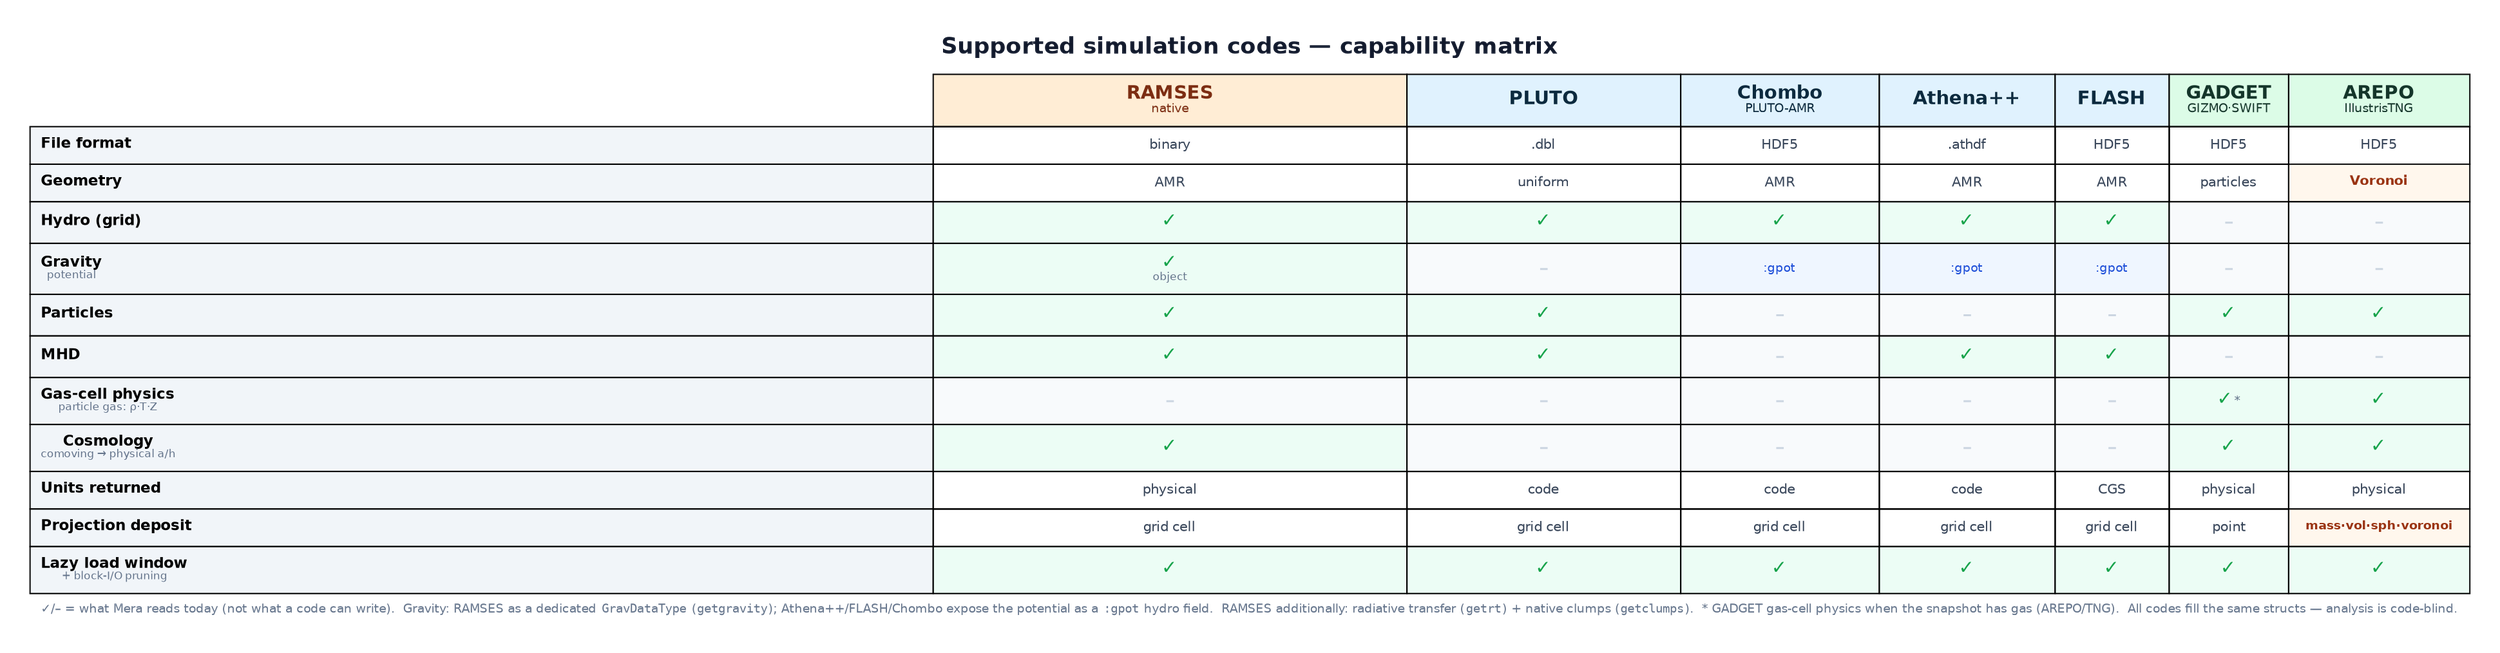
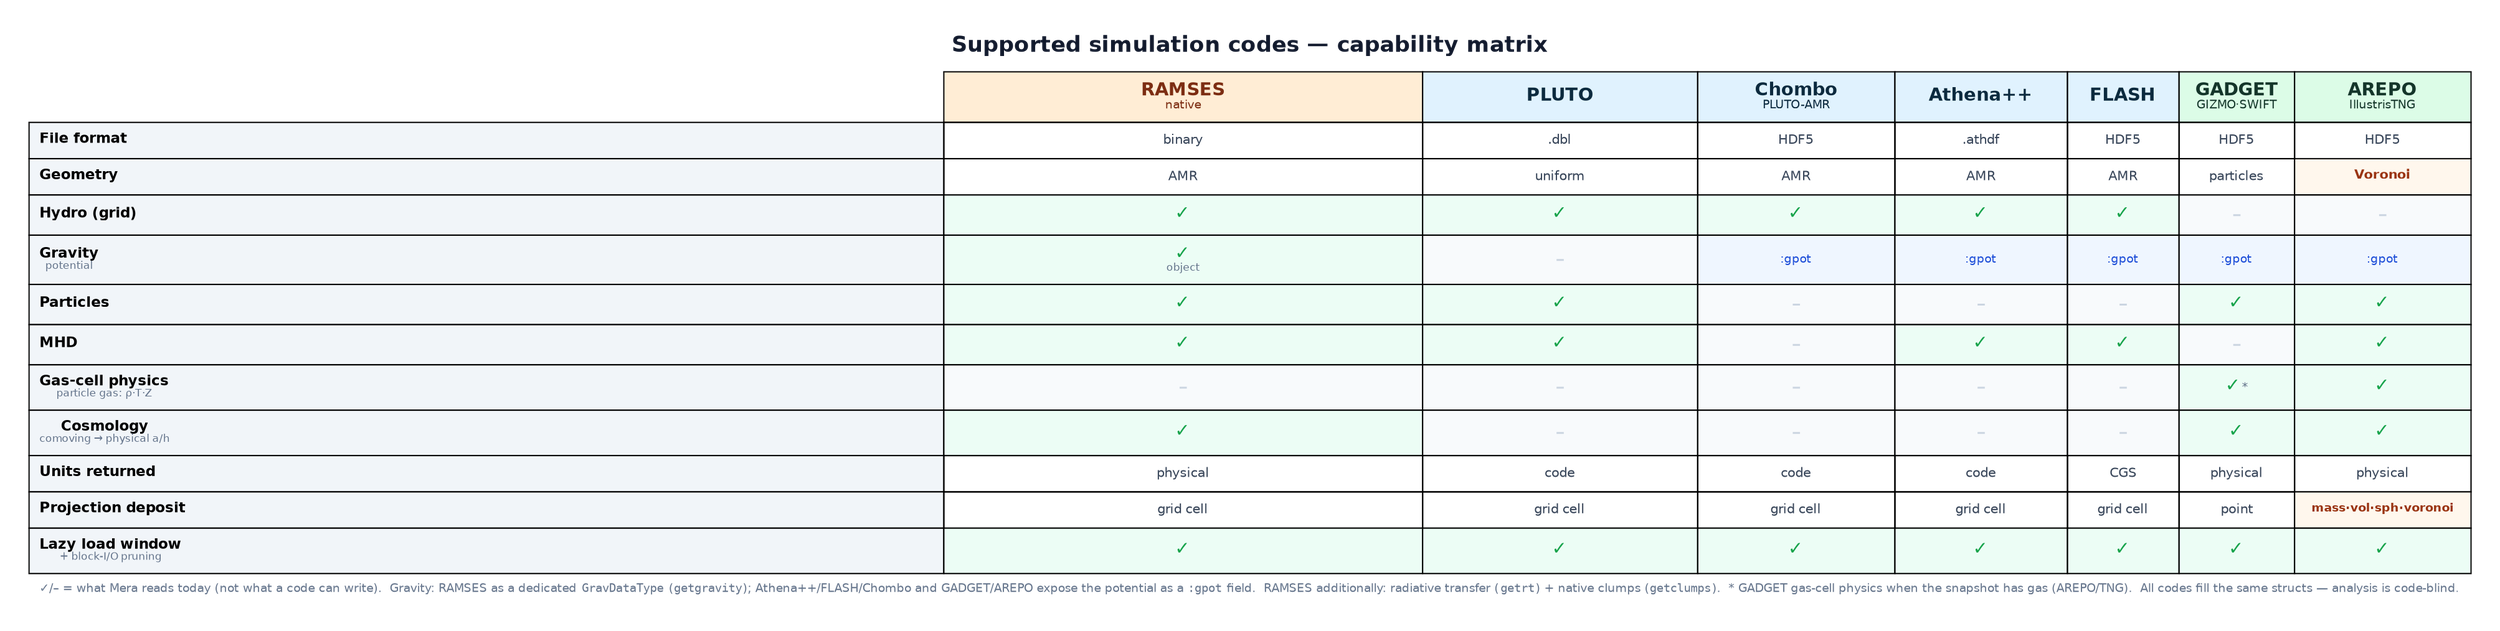
// Mera.jl multi-code capability matrix — source for docs/src/assets/MulticodeCapabilities.png
// Render: dot -Tpng -Gdpi=170 docs/multicode_capabilities.dot -o docs/src/assets/MulticodeCapabilities.png
//
// Companion to TypeHierarchy.png: that one maps codes -> structs; this one compares what each
// code supports. Header colour = family (orange native, blue grid/AMR, green particle/moving-mesh).
// Grounded in the "Supported codes" table in docs/src/multicode.md + the AREPO gas/projection rows.
digraph Capabilities {
    bgcolor="transparent";
    pad=0.2;
    node [shape=plaintext, fontname="Helvetica"];

    M [label=<
    <TABLE BORDER="0" CELLBORDER="1" CELLSPACING="0" CELLPADDING="7">
      <TR><TD COLSPAN="8" BORDER="0" CELLPADDING="9"><FONT POINT-SIZE="17" COLOR="#0f172a"><B>Supported simulation codes &#8212; capability matrix</B></FONT></TD></TR>
      <TR>
        <TD BORDER="0"></TD>
        <TD BGCOLOR="#ffedd5"><FONT COLOR="#7c2d12"><B>RAMSES</B><BR/><FONT POINT-SIZE="9">native</FONT></FONT></TD>
        <TD BGCOLOR="#e0f2fe"><FONT COLOR="#0c2a3e"><B>PLUTO</B></FONT></TD>
        <TD BGCOLOR="#e0f2fe"><FONT COLOR="#0c2a3e"><B>Chombo</B><BR/><FONT POINT-SIZE="9">PLUTO-AMR</FONT></FONT></TD>
        <TD BGCOLOR="#e0f2fe"><FONT COLOR="#0c2a3e"><B>Athena++</B></FONT></TD>
        <TD BGCOLOR="#e0f2fe"><FONT COLOR="#0c2a3e"><B>FLASH</B></FONT></TD>
        <TD BGCOLOR="#dcfce7"><FONT COLOR="#14352a"><B>GADGET</B><BR/><FONT POINT-SIZE="9">GIZMO&#183;SWIFT</FONT></FONT></TD>
        <TD BGCOLOR="#dcfce7"><FONT COLOR="#14352a"><B>AREPO</B><BR/><FONT POINT-SIZE="9">IllustrisTNG</FONT></FONT></TD>
      </TR>

      <TR>
        <TD ALIGN="LEFT" BGCOLOR="#f1f5f9"><FONT POINT-SIZE="11"><B>File format</B></FONT></TD>
        <TD><FONT POINT-SIZE="10" COLOR="#334155">binary</FONT></TD>
        <TD><FONT POINT-SIZE="10" COLOR="#334155">.dbl</FONT></TD>
        <TD><FONT POINT-SIZE="10" COLOR="#334155">HDF5</FONT></TD>
        <TD><FONT POINT-SIZE="10" COLOR="#334155">.athdf</FONT></TD>
        <TD><FONT POINT-SIZE="10" COLOR="#334155">HDF5</FONT></TD>
        <TD><FONT POINT-SIZE="10" COLOR="#334155">HDF5</FONT></TD>
        <TD><FONT POINT-SIZE="10" COLOR="#334155">HDF5</FONT></TD>
      </TR>
      <TR>
        <TD ALIGN="LEFT" BGCOLOR="#f1f5f9"><FONT POINT-SIZE="11"><B>Geometry</B></FONT></TD>
        <TD><FONT POINT-SIZE="10" COLOR="#334155">AMR</FONT></TD>
        <TD><FONT POINT-SIZE="10" COLOR="#334155">uniform</FONT></TD>
        <TD><FONT POINT-SIZE="10" COLOR="#334155">AMR</FONT></TD>
        <TD><FONT POINT-SIZE="10" COLOR="#334155">AMR</FONT></TD>
        <TD><FONT POINT-SIZE="10" COLOR="#334155">AMR</FONT></TD>
        <TD><FONT POINT-SIZE="10" COLOR="#334155">particles</FONT></TD>
        <TD BGCOLOR="#fff7ed"><FONT POINT-SIZE="10" COLOR="#9a3412"><B>Voronoi</B></FONT></TD>
      </TR>
      <TR>
        <TD ALIGN="LEFT" BGCOLOR="#f1f5f9"><FONT POINT-SIZE="11"><B>Hydro (grid)</B></FONT></TD>
        <TD BGCOLOR="#ecfdf5"><FONT COLOR="#16a34a"><B>&#10003;</B></FONT></TD>
        <TD BGCOLOR="#ecfdf5"><FONT COLOR="#16a34a"><B>&#10003;</B></FONT></TD>
        <TD BGCOLOR="#ecfdf5"><FONT COLOR="#16a34a"><B>&#10003;</B></FONT></TD>
        <TD BGCOLOR="#ecfdf5"><FONT COLOR="#16a34a"><B>&#10003;</B></FONT></TD>
        <TD BGCOLOR="#ecfdf5"><FONT COLOR="#16a34a"><B>&#10003;</B></FONT></TD>
        <TD BGCOLOR="#f8fafc"><FONT COLOR="#cbd5e1">&#8211;</FONT></TD>
        <TD BGCOLOR="#f8fafc"><FONT COLOR="#cbd5e1">&#8211;</FONT></TD>
      </TR>
      <TR>
        <TD ALIGN="LEFT" BGCOLOR="#f1f5f9"><FONT POINT-SIZE="11"><B>Gravity</B><BR/><FONT POINT-SIZE="8.5" COLOR="#64748b">potential</FONT></FONT></TD>
        <TD BGCOLOR="#ecfdf5"><FONT COLOR="#16a34a"><B>&#10003;</B></FONT><BR/><FONT POINT-SIZE="8" COLOR="#64748b">object</FONT></TD>
        <TD BGCOLOR="#f8fafc"><FONT COLOR="#cbd5e1">&#8211;</FONT></TD>
        <TD BGCOLOR="#eff6ff"><FONT POINT-SIZE="9.5" COLOR="#1d4ed8">:gpot</FONT></TD>
        <TD BGCOLOR="#eff6ff"><FONT POINT-SIZE="9.5" COLOR="#1d4ed8">:gpot</FONT></TD>
        <TD BGCOLOR="#eff6ff"><FONT POINT-SIZE="9.5" COLOR="#1d4ed8">:gpot</FONT></TD>
-         <TD BGCOLOR="#f8fafc"><FONT COLOR="#cbd5e1">&#8211;</FONT></TD>
-         <TD BGCOLOR="#f8fafc"><FONT COLOR="#cbd5e1">&#8211;</FONT></TD>
+         <TD BGCOLOR="#eff6ff"><FONT POINT-SIZE="9.5" COLOR="#1d4ed8">:gpot</FONT></TD>
+         <TD BGCOLOR="#eff6ff"><FONT POINT-SIZE="9.5" COLOR="#1d4ed8">:gpot</FONT></TD>
      </TR>
      <TR>
        <TD ALIGN="LEFT" BGCOLOR="#f1f5f9"><FONT POINT-SIZE="11"><B>Particles</B></FONT></TD>
        <TD BGCOLOR="#ecfdf5"><FONT COLOR="#16a34a"><B>&#10003;</B></FONT></TD>
        <TD BGCOLOR="#ecfdf5"><FONT COLOR="#16a34a"><B>&#10003;</B></FONT></TD>
        <TD BGCOLOR="#f8fafc"><FONT COLOR="#cbd5e1">&#8211;</FONT></TD>
        <TD BGCOLOR="#f8fafc"><FONT COLOR="#cbd5e1">&#8211;</FONT></TD>
        <TD BGCOLOR="#f8fafc"><FONT COLOR="#cbd5e1">&#8211;</FONT></TD>
        <TD BGCOLOR="#ecfdf5"><FONT COLOR="#16a34a"><B>&#10003;</B></FONT></TD>
        <TD BGCOLOR="#ecfdf5"><FONT COLOR="#16a34a"><B>&#10003;</B></FONT></TD>
      </TR>
      <TR>
        <TD ALIGN="LEFT" BGCOLOR="#f1f5f9"><FONT POINT-SIZE="11"><B>MHD</B></FONT></TD>
        <TD BGCOLOR="#ecfdf5"><FONT COLOR="#16a34a"><B>&#10003;</B></FONT></TD>
        <TD BGCOLOR="#ecfdf5"><FONT COLOR="#16a34a"><B>&#10003;</B></FONT></TD>
        <TD BGCOLOR="#f8fafc"><FONT COLOR="#cbd5e1">&#8211;</FONT></TD>
        <TD BGCOLOR="#ecfdf5"><FONT COLOR="#16a34a"><B>&#10003;</B></FONT></TD>
        <TD BGCOLOR="#ecfdf5"><FONT COLOR="#16a34a"><B>&#10003;</B></FONT></TD>
        <TD BGCOLOR="#f8fafc"><FONT COLOR="#cbd5e1">&#8211;</FONT></TD>
-         <TD BGCOLOR="#f8fafc"><FONT COLOR="#cbd5e1">&#8211;</FONT></TD>
+         <TD BGCOLOR="#ecfdf5"><FONT COLOR="#16a34a"><B>&#10003;</B></FONT></TD>
      </TR>
      <TR>
        <TD ALIGN="LEFT" BGCOLOR="#f1f5f9"><FONT POINT-SIZE="11"><B>Gas-cell physics</B><BR/><FONT POINT-SIZE="8.5" COLOR="#64748b">particle gas: &#961;&#183;T&#183;Z</FONT></FONT></TD>
        <TD BGCOLOR="#f8fafc"><FONT COLOR="#cbd5e1">&#8211;</FONT></TD>
        <TD BGCOLOR="#f8fafc"><FONT COLOR="#cbd5e1">&#8211;</FONT></TD>
        <TD BGCOLOR="#f8fafc"><FONT COLOR="#cbd5e1">&#8211;</FONT></TD>
        <TD BGCOLOR="#f8fafc"><FONT COLOR="#cbd5e1">&#8211;</FONT></TD>
        <TD BGCOLOR="#f8fafc"><FONT COLOR="#cbd5e1">&#8211;</FONT></TD>
        <TD BGCOLOR="#ecfdf5"><FONT COLOR="#16a34a"><B>&#10003;</B></FONT><FONT POINT-SIZE="9" COLOR="#64748b">*</FONT></TD>
        <TD BGCOLOR="#ecfdf5"><FONT COLOR="#16a34a"><B>&#10003;</B></FONT></TD>
      </TR>
      <TR>
        <TD ALIGN="LEFT" BGCOLOR="#f1f5f9"><FONT POINT-SIZE="11"><B>Cosmology</B><BR/><FONT POINT-SIZE="8.5" COLOR="#64748b">comoving &#8594; physical a/h</FONT></FONT></TD>
        <TD BGCOLOR="#ecfdf5"><FONT COLOR="#16a34a"><B>&#10003;</B></FONT></TD>
        <TD BGCOLOR="#f8fafc"><FONT COLOR="#cbd5e1">&#8211;</FONT></TD>
        <TD BGCOLOR="#f8fafc"><FONT COLOR="#cbd5e1">&#8211;</FONT></TD>
        <TD BGCOLOR="#f8fafc"><FONT COLOR="#cbd5e1">&#8211;</FONT></TD>
        <TD BGCOLOR="#f8fafc"><FONT COLOR="#cbd5e1">&#8211;</FONT></TD>
        <TD BGCOLOR="#ecfdf5"><FONT COLOR="#16a34a"><B>&#10003;</B></FONT></TD>
        <TD BGCOLOR="#ecfdf5"><FONT COLOR="#16a34a"><B>&#10003;</B></FONT></TD>
      </TR>
      <TR>
        <TD ALIGN="LEFT" BGCOLOR="#f1f5f9"><FONT POINT-SIZE="11"><B>Units returned</B></FONT></TD>
        <TD><FONT POINT-SIZE="10" COLOR="#334155">physical</FONT></TD>
        <TD><FONT POINT-SIZE="10" COLOR="#334155">code</FONT></TD>
        <TD><FONT POINT-SIZE="10" COLOR="#334155">code</FONT></TD>
        <TD><FONT POINT-SIZE="10" COLOR="#334155">code</FONT></TD>
        <TD><FONT POINT-SIZE="10" COLOR="#334155">CGS</FONT></TD>
        <TD><FONT POINT-SIZE="10" COLOR="#334155">physical</FONT></TD>
        <TD><FONT POINT-SIZE="10" COLOR="#334155">physical</FONT></TD>
      </TR>
      <TR>
        <TD ALIGN="LEFT" BGCOLOR="#f1f5f9"><FONT POINT-SIZE="11"><B>Projection deposit</B></FONT></TD>
        <TD><FONT POINT-SIZE="10" COLOR="#334155">grid cell</FONT></TD>
        <TD><FONT POINT-SIZE="10" COLOR="#334155">grid cell</FONT></TD>
        <TD><FONT POINT-SIZE="10" COLOR="#334155">grid cell</FONT></TD>
        <TD><FONT POINT-SIZE="10" COLOR="#334155">grid cell</FONT></TD>
        <TD><FONT POINT-SIZE="10" COLOR="#334155">grid cell</FONT></TD>
        <TD><FONT POINT-SIZE="10" COLOR="#334155">point</FONT></TD>
        <TD BGCOLOR="#fff7ed"><FONT POINT-SIZE="9.5" COLOR="#9a3412"><B>mass&#183;vol&#183;sph&#183;voronoi</B></FONT></TD>
      </TR>
      <TR>
        <TD ALIGN="LEFT" BGCOLOR="#f1f5f9"><FONT POINT-SIZE="11"><B>Lazy load window</B><BR/><FONT POINT-SIZE="8.5" COLOR="#64748b">+ block-I/O pruning</FONT></FONT></TD>
        <TD BGCOLOR="#ecfdf5"><FONT COLOR="#16a34a"><B>&#10003;</B></FONT></TD>
        <TD BGCOLOR="#ecfdf5"><FONT COLOR="#16a34a"><B>&#10003;</B></FONT></TD>
        <TD BGCOLOR="#ecfdf5"><FONT COLOR="#16a34a"><B>&#10003;</B></FONT></TD>
        <TD BGCOLOR="#ecfdf5"><FONT COLOR="#16a34a"><B>&#10003;</B></FONT></TD>
        <TD BGCOLOR="#ecfdf5"><FONT COLOR="#16a34a"><B>&#10003;</B></FONT></TD>
        <TD BGCOLOR="#ecfdf5"><FONT COLOR="#16a34a"><B>&#10003;</B></FONT></TD>
        <TD BGCOLOR="#ecfdf5"><FONT COLOR="#16a34a"><B>&#10003;</B></FONT></TD>
      </TR>

-       <TR><TD COLSPAN="8" BORDER="0" ALIGN="LEFT" CELLPADDING="8"><FONT POINT-SIZE="9.5" COLOR="#64748b">&#10003;/&#8211; = what Mera reads today (not what a code can write).&#160;&#160;Gravity: RAMSES as a dedicated <FONT FACE="Courier">GravDataType</FONT> (<FONT FACE="Courier">getgravity</FONT>); Athena++/FLASH/Chombo expose the potential as a <FONT FACE="Courier">:gpot</FONT> hydro field.&#160;&#160;RAMSES additionally: radiative transfer (<FONT FACE="Courier">getrt</FONT>) + native clumps (<FONT FACE="Courier">getclumps</FONT>).&#160;&#160;* GADGET gas-cell physics when the snapshot has gas (AREPO/TNG).&#160;&#160;All codes fill the same structs &#8212; analysis is code-blind.</FONT></TD></TR>
+       <TR><TD COLSPAN="8" BORDER="0" ALIGN="LEFT" CELLPADDING="8"><FONT POINT-SIZE="9.5" COLOR="#64748b">&#10003;/&#8211; = what Mera reads today (not what a code can write).&#160;&#160;Gravity: RAMSES as a dedicated <FONT FACE="Courier">GravDataType</FONT> (<FONT FACE="Courier">getgravity</FONT>); Athena++/FLASH/Chombo and GADGET/AREPO expose the potential as a <FONT FACE="Courier">:gpot</FONT> field.&#160;&#160;RAMSES additionally: radiative transfer (<FONT FACE="Courier">getrt</FONT>) + native clumps (<FONT FACE="Courier">getclumps</FONT>).&#160;&#160;* GADGET gas-cell physics when the snapshot has gas (AREPO/TNG).&#160;&#160;All codes fill the same structs &#8212; analysis is code-blind.</FONT></TD></TR>
    </TABLE>
    >];
}
